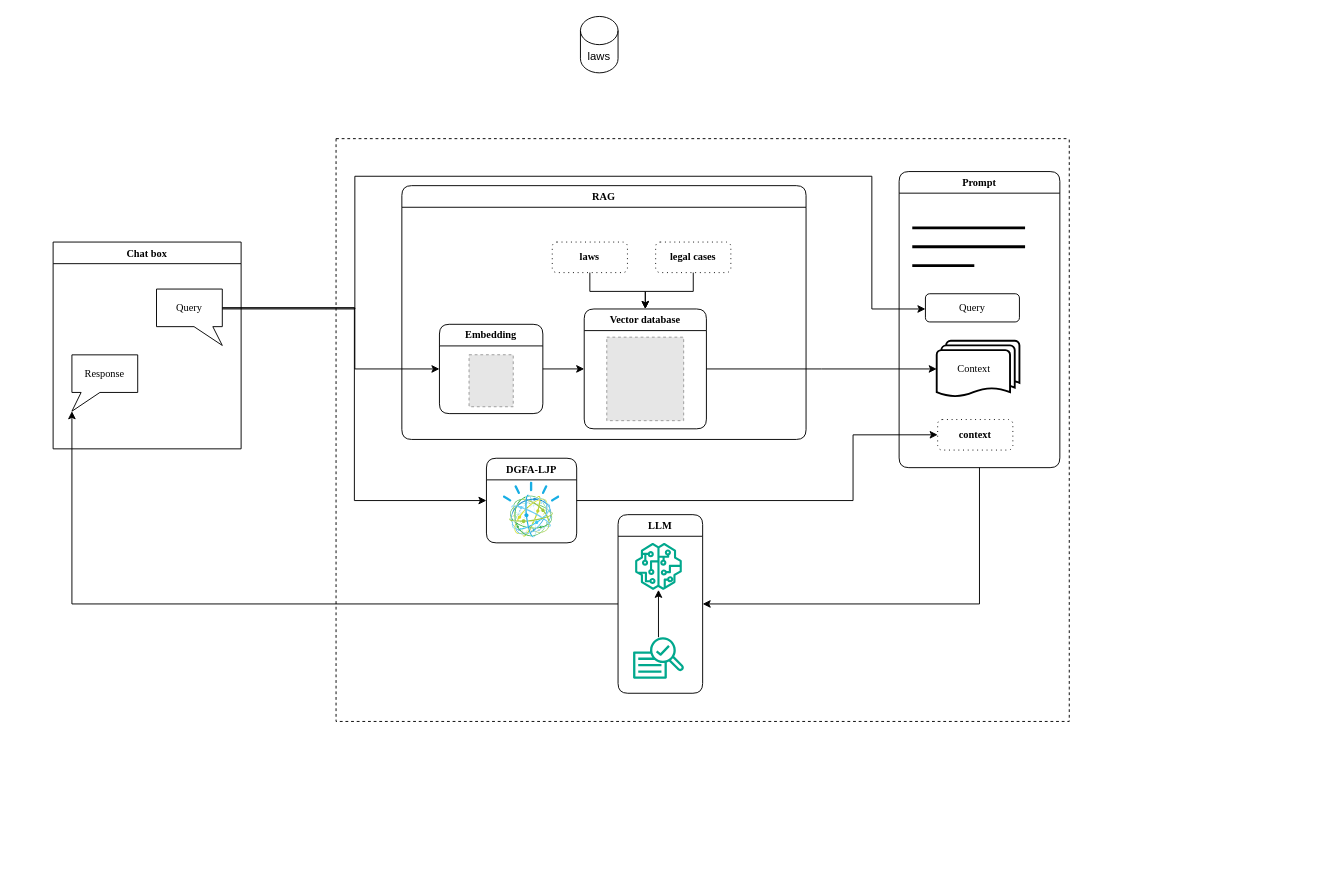
Above: 未命名绘图.drawio in ArThur-Te/2025-21408 (draw.io), before the change. Source tidied: cells renumbered, new cells numbered last; positions are measured from the earlier drawing's top-left corner, leaving out a move shared by most shapes. Both pictures are drawn from the tidied source at 94%, with x=0, y=0 at pixel (16, 16). Pictures stored in the file or linked from it are replaced by grey dashed boxes.
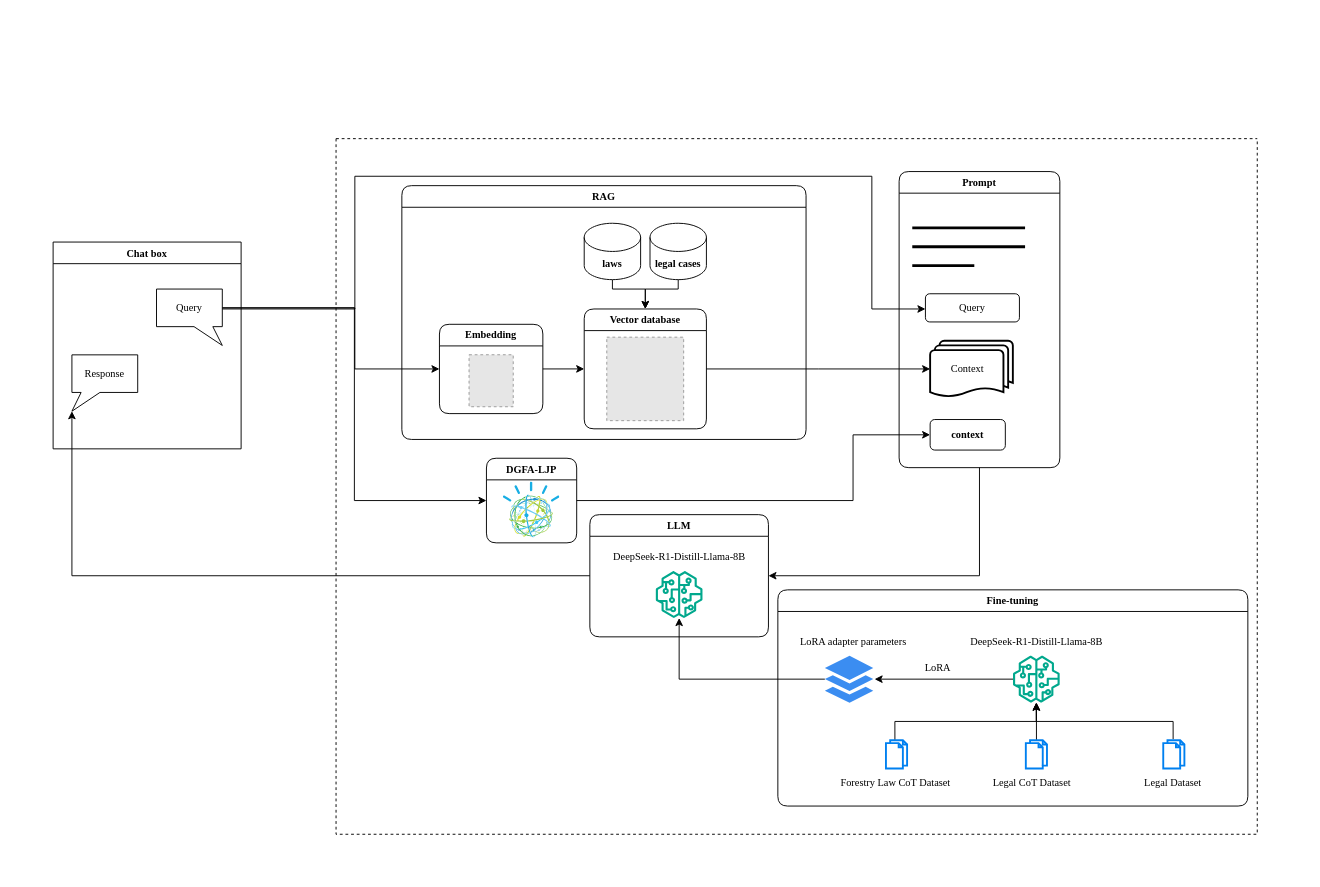
Above is the later version.

Commit message:
更新未命名绘图.drawio

Unchanged cells that the change refers to:
```xml
<mxCell id="3" value="Query" style="shape=callout;whiteSpace=wrap;html=1;perimeter=calloutPerimeter;size=20;position=0.57;position2=1;base=20;fontFamily=Times New Roman;fontSize=11;" parent="2" vertex="1">
  <mxGeometry x="110" y="50" width="70" height="60" as="geometry" />
</mxCell>
<mxCell id="11" value="Prompt" style="swimlane;whiteSpace=wrap;html=1;rounded=1;glass=0;fontFamily=Times New Roman;fontSize=11;" parent="5" vertex="1">
  <mxGeometry x="599" y="35" width="171" height="315" as="geometry" />
</mxCell>
<mxCell id="24" value="DGFA-LJP" style="swimlane;whiteSpace=wrap;html=1;rounded=1;glass=0;fontFamily=Times New Roman;fontSize=11;" parent="20" vertex="1">
  <mxGeometry x="500" y="380" width="96" height="90" as="geometry" />
</mxCell>
<mxCell id="26" value="RAG" style="swimlane;whiteSpace=wrap;html=1;rounded=1;glass=0;fontFamily=Times New Roman;fontSize=11;" parent="20" vertex="1">
  <mxGeometry x="410" y="90" width="430" height="270" as="geometry" />
</mxCell>
<mxCell id="29" value="Vector database" style="swimlane;whiteSpace=wrap;html=1;rounded=1;glass=0;fontFamily=Times New Roman;fontSize=11;" parent="26" vertex="1">
  <mxGeometry x="194" y="131.2" width="130" height="127.5" as="geometry" />
</mxCell>
```

The edit, as a diff of the source:
```diff
@@
     <mxCell id="5" style="swimlane;startSize=0;dashed=1;fontFamily=Times New Roman;fontSize=11;" parent="1" vertex="1">
-      <mxGeometry x="340" y="130" width="780" height="620" as="geometry" />
+      <mxGeometry x="340" y="130" width="980" height="740" as="geometry" />
     </mxCell>
     <mxCell id="6" value="LLM" style="swimlane;whiteSpace=wrap;html=1;rounded=1;glass=0;fontFamily=Times New Roman;fontSize=11;" parent="5" vertex="1">
-      <mxGeometry x="300" y="400" width="90" height="190" as="geometry" />
+      <mxGeometry x="270" y="400" width="190" height="130" as="geometry" />
     </mxCell>
-    <mxCell id="7" style="sketch=0;outlineConnect=0;fontColor=#232F3E;gradientColor=none;fillColor=#01A88D;strokeColor=none;dashed=0;verticalLabelPosition=bottom;verticalAlign=top;align=center;html=1;fontSize=11;fontStyle=0;shape=mxgraph.aws4.sagemaker_model;fontFamily=Times New Roman;" parent="6" vertex="1">
-      <mxGeometry x="18" y="30" width="50" height="50" as="geometry" />
-    </mxCell>
-    <mxCell id="8" style="edgeStyle=orthogonalEdgeStyle;rounded=0;jettySize=auto;html=1;fontFamily=Times New Roman;fontSize=11;" parent="6" edge="1" source="9" target="7">
-      <mxGeometry relative="1" as="geometry" />
-    </mxCell>
-    <mxCell id="9" style="sketch=0;outlineConnect=0;fontColor=#232F3E;gradientColor=none;fillColor=#01A88D;strokeColor=none;dashed=0;verticalLabelPosition=bottom;verticalAlign=top;align=center;html=1;fontSize=11;fontStyle=0;shape=mxgraph.aws4.sagemaker_train;fontFamily=Times New Roman;" parent="6" vertex="1">
-      <mxGeometry x="16" y="130" width="54" height="45" as="geometry" />
-    </mxCell>
@@
-    <mxCell id="12" value="Context&amp;nbsp; &amp;nbsp;" style="strokeWidth=2;html=1;shape=mxgraph.flowchart.multi-document;whiteSpace=wrap;fontFamily=Times New Roman;fontSize=11;" parent="11" vertex="1">
-      <mxGeometry x="40" y="180" width="88" height="60" as="geometry" />
-    </mxCell>
@@
     <mxCell id="20" style="swimlane;startSize=0;strokeWidth=0;strokeColor=none;fontFamily=Times New Roman;fontSize=11;" parent="1" vertex="1">
-      <mxGeometry y="90" width="1160" height="720" as="geometry" />
+      <mxGeometry y="90" width="1370" height="820" as="geometry" />
     </mxCell>
-    <mxCell id="21" value="legal cases" style="whiteSpace=wrap;html=1;fontStyle=1;startSize=23;rounded=1;glass=0;dashed=1;dashPattern=1 4;fontFamily=Times New Roman;fontSize=11;" parent="20" vertex="1">
-      <mxGeometry x="680" y="150" width="80" height="32.5" as="geometry" />
-    </mxCell>
-    <mxCell id="22" value="laws" style="whiteSpace=wrap;html=1;fontStyle=1;startSize=23;rounded=1;glass=0;dashed=1;dashPattern=1 4;fontFamily=Times New Roman;fontSize=11;" parent="20" vertex="1">
-      <mxGeometry x="570" y="150" width="80" height="32.5" as="geometry" />
-    </mxCell>
-    <mxCell id="23" style="edgeStyle=orthogonalEdgeStyle;rounded=0;jettySize=auto;html=1;exitX=1;exitY=0.5;exitDx=0;exitDy=0;entryX=0;entryY=0.5;entryDx=0;entryDy=0;" parent="20" edge="1" source="24" target="34">
+    <mxCell id="23" style="edgeStyle=orthogonalEdgeStyle;rounded=0;jettySize=auto;html=1;exitX=1;exitY=0.5;exitDx=0;exitDy=0;entryX=0;entryY=0.5;entryDx=0;entryDy=0;fontFamily=Times New Roman;fontSize=11;" parent="20" edge="1" source="24" target="34">
       <mxGeometry relative="1" as="geometry">
         <Array as="points">
           <mxPoint x="890" y="425" />
           <mxPoint x="890" y="355" />
         </Array>
       </mxGeometry>
     </mxCell>
@@
-    <mxCell id="32" style="edgeStyle=orthogonalEdgeStyle;rounded=0;jettySize=auto;html=1;entryX=0.5;entryY=0;entryDx=0;entryDy=0;fontFamily=Times New Roman;fontSize=11;" parent="20" edge="1" source="22" target="29">
-      <mxGeometry relative="1" as="geometry" />
-    </mxCell>
-    <mxCell id="33" style="edgeStyle=orthogonalEdgeStyle;rounded=0;jettySize=auto;html=1;entryX=0.5;entryY=0;entryDx=0;entryDy=0;fontFamily=Times New Roman;fontSize=11;" parent="20" edge="1" source="21" target="29">
-      <mxGeometry relative="1" as="geometry" />
+    <mxCell id="33" style="edgeStyle=orthogonalEdgeStyle;rounded=0;jettySize=auto;html=1;entryX=0.5;entryY=0;entryDx=0;entryDy=0;fontFamily=Times New Roman;fontSize=11;" parent="26" edge="1" source="21" target="29">
+      <mxGeometry relative="1" as="geometry">
+        <Array as="points">
+          <mxPoint x="294" y="110" />
+          <mxPoint x="259" y="110" />
+        </Array>
+      </mxGeometry>
     </mxCell>
+    <mxCell id="21" value="&lt;span style=&quot;font-weight: 700;&quot;&gt;legal cases&lt;/span&gt;" style="shape=cylinder3;whiteSpace=wrap;html=1;boundedLbl=1;backgroundOutline=1;size=15;fontFamily=Times New Roman;fontSize=11;" parent="26" vertex="1">
+      <mxGeometry x="264" y="40" width="60" height="60" as="geometry" />
+    </mxCell>
+    <mxCell id="38" style="edgeStyle=orthogonalEdgeStyle;rounded=0;jettySize=auto;html=1;entryX=0.5;entryY=0;entryDx=0;entryDy=0;fontFamily=Times New Roman;fontSize=11;" parent="26" edge="1" source="39" target="29">
+      <mxGeometry relative="1" as="geometry">
+        <Array as="points">
+          <mxPoint x="224" y="110" />
+          <mxPoint x="259" y="110" />
+        </Array>
+      </mxGeometry>
+    </mxCell>
+    <mxCell id="39" value="&lt;font&gt;&lt;span&gt;&lt;b&gt;laws&lt;/b&gt;&lt;/span&gt;&lt;/font&gt;" style="shape=cylinder3;whiteSpace=wrap;html=1;boundedLbl=1;backgroundOutline=1;size=15;fontFamily=Times New Roman;fontSize=11;" parent="26" vertex="1">
+      <mxGeometry x="194" y="40" width="60" height="60" as="geometry" />
+    </mxCell>
-    <mxCell id="34" value="context" style="whiteSpace=wrap;html=1;fontStyle=1;startSize=23;rounded=1;glass=0;dashed=1;dashPattern=1 4;fontFamily=Times New Roman;fontSize=11;" parent="20" vertex="1">
-      <mxGeometry x="980" y="338.8" width="80" height="32.5" as="geometry" />
+    <mxCell id="34" value="context" style="whiteSpace=wrap;html=1;fontStyle=1;startSize=23;rounded=1;glass=0;fontFamily=Times New Roman;fontSize=11;" parent="20" vertex="1">
+      <mxGeometry x="972" y="338.8" width="80" height="32.5" as="geometry" />
     </mxCell>
+    <mxCell id="40" value="Fine-tuning" style="swimlane;whiteSpace=wrap;html=1;rounded=1;glass=0;fontFamily=Times New Roman;fontSize=11;" parent="20" vertex="1">
+      <mxGeometry x="810" y="520" width="500" height="230" as="geometry" />
+    </mxCell>
+    <mxCell id="41" style="sketch=0;outlineConnect=0;fontColor=#232F3E;gradientColor=none;fillColor=#01A88D;strokeColor=none;dashed=0;verticalLabelPosition=bottom;verticalAlign=top;align=center;html=1;fontSize=11;fontStyle=0;shape=mxgraph.aws4.sagemaker_model;fontFamily=Times New Roman;" parent="40" vertex="1">
+      <mxGeometry x="250" y="70" width="50" height="50" as="geometry" />
+    </mxCell>
+    <mxCell id="42" style="sketch=0;html=1;strokeColor=none;shadow=0;fillColor=#3B8DF1;verticalAlign=top;labelPosition=center;verticalLabelPosition=bottom;shape=mxgraph.gcp2.files;fontFamily=Times New Roman;fontSize=11;" parent="40" vertex="1">
+      <mxGeometry x="50" y="70" width="51.5" height="50" as="geometry" />
+    </mxCell>
+    <mxCell id="43" style="edgeStyle=orthogonalEdgeStyle;rounded=0;jettySize=auto;html=1;entryX=1.028;entryY=0.5;entryDx=0;entryDy=0;entryPerimeter=0;fontFamily=Times New Roman;fontSize=11;" parent="40" edge="1" source="41" target="42">
+      <mxGeometry relative="1" as="geometry" />
+    </mxCell>
+    <mxCell id="44" value="LoRA adapter parameters" style="text;html=1;align=center;verticalAlign=middle;strokeColor=none;fillColor=none;fontFamily=Times New Roman;fontSize=11;" parent="40" vertex="1">
+      <mxGeometry x="10" y="40" width="140" height="30" as="geometry" />
+    </mxCell>
+    <mxCell id="45" value="DeepSeek-R1-Distill-Llama-8B" style="text;html=1;align=center;verticalAlign=middle;strokeColor=none;fillColor=none;fontFamily=Times New Roman;fontSize=11;" parent="40" vertex="1">
+      <mxGeometry x="195" y="40" width="160" height="30" as="geometry" />
+    </mxCell>
+    <mxCell id="46" style="edgeStyle=orthogonalEdgeStyle;rounded=0;jettySize=auto;html=1;exitX=0.424;exitY=0.016;exitDx=0;exitDy=0;exitPerimeter=0;fontFamily=Times New Roman;fontSize=11;" parent="40" edge="1" source="47" target="41">
+      <mxGeometry relative="1" as="geometry" />
+    </mxCell>
+    <mxCell id="47" style="html=1;verticalLabelPosition=bottom;align=center;labelBackgroundColor=#ffffff;verticalAlign=top;strokeWidth=2;strokeColor=#0080F0;shadow=0;dashed=0;shape=mxgraph.ios7.icons.documents;fontFamily=Times New Roman;fontSize=11;" parent="40" vertex="1">
+      <mxGeometry x="115" y="160" width="22.5" height="30" as="geometry" />
+    </mxCell>
+    <mxCell id="48" value="Forestry Law CoT Dataset" style="text;html=1;align=center;verticalAlign=middle;strokeColor=none;fillColor=none;fontFamily=Times New Roman;fontSize=11;" parent="40" vertex="1">
+      <mxGeometry x="55" y="190" width="140" height="30" as="geometry" />
+    </mxCell>
+    <mxCell id="49" style="edgeStyle=orthogonalEdgeStyle;rounded=0;jettySize=auto;html=1;fontFamily=Times New Roman;fontSize=11;" parent="40" edge="1" source="50" target="41">
+      <mxGeometry relative="1" as="geometry" />
+    </mxCell>
+    <mxCell id="50" style="html=1;verticalLabelPosition=bottom;align=center;labelBackgroundColor=#ffffff;verticalAlign=top;strokeWidth=2;strokeColor=#0080F0;shadow=0;dashed=0;shape=mxgraph.ios7.icons.documents;fontFamily=Times New Roman;fontSize=11;" parent="40" vertex="1">
+      <mxGeometry x="263.8" y="160" width="22.5" height="30" as="geometry" />
+    </mxCell>
+    <mxCell id="51" value="Legal CoT Dataset" style="text;html=1;align=center;verticalAlign=middle;strokeColor=none;fillColor=none;fontFamily=Times New Roman;fontSize=11;" parent="40" vertex="1">
+      <mxGeometry x="215" y="190" width="110" height="30" as="geometry" />
+    </mxCell>
+    <mxCell id="52" style="edgeStyle=orthogonalEdgeStyle;rounded=0;jettySize=auto;html=1;exitX=0.467;exitY=-0.033;exitDx=0;exitDy=0;exitPerimeter=0;fontFamily=Times New Roman;fontSize=11;" parent="40" edge="1" source="53" target="41">
+      <mxGeometry relative="1" as="geometry" />
+    </mxCell>
+    <mxCell id="53" style="html=1;verticalLabelPosition=bottom;align=center;labelBackgroundColor=#ffffff;verticalAlign=top;strokeWidth=2;strokeColor=#0080F0;shadow=0;dashed=0;shape=mxgraph.ios7.icons.documents;fontFamily=Times New Roman;fontSize=11;" parent="40" vertex="1">
+      <mxGeometry x="410" y="160" width="22.5" height="30" as="geometry" />
+    </mxCell>
+    <mxCell id="54" value="Legal Dataset" style="text;html=1;align=center;verticalAlign=middle;strokeColor=none;fillColor=none;fontFamily=Times New Roman;fontSize=11;" parent="40" vertex="1">
+      <mxGeometry x="380" y="190" width="80" height="30" as="geometry" />
+    </mxCell>
+    <mxCell id="7" style="sketch=0;outlineConnect=0;fontColor=#232F3E;gradientColor=none;fillColor=#01A88D;strokeColor=none;dashed=0;verticalLabelPosition=bottom;verticalAlign=top;align=center;html=1;fontSize=11;fontStyle=0;shape=mxgraph.aws4.sagemaker_model;fontFamily=Times New Roman;" parent="20" vertex="1">
+      <mxGeometry x="680" y="500" width="50" height="50" as="geometry" />
+    </mxCell>
+    <mxCell id="55" style="edgeStyle=orthogonalEdgeStyle;rounded=0;jettySize=auto;html=1;fontFamily=Times New Roman;fontSize=11;" parent="20" edge="1" source="42" target="7">
+      <mxGeometry relative="1" as="geometry" />
+    </mxCell>
+    <mxCell id="56" value="DeepSeek-R1-Distill-Llama-8B" style="text;html=1;align=center;verticalAlign=middle;strokeColor=none;fillColor=none;fontFamily=Times New Roman;fontSize=11;" parent="20" vertex="1">
+      <mxGeometry x="625" y="470" width="160" height="30" as="geometry" />
+    </mxCell>
+    <mxCell id="12" value="Context&amp;nbsp; &amp;nbsp;" style="strokeWidth=2;html=1;shape=mxgraph.flowchart.multi-document;whiteSpace=wrap;fontFamily=Times New Roman;fontSize=11;" parent="20" vertex="1">
+      <mxGeometry x="972" y="255" width="88" height="60" as="geometry" />
+    </mxCell>
-    <mxCell id="35" style="edgeStyle=orthogonalEdgeStyle;rounded=0;jettySize=auto;html=1;entryX=0;entryY=0.5;entryDx=0;entryDy=0;entryPerimeter=0;fontFamily=Times New Roman;fontSize=11;" parent="1" edge="1" source="29" target="12">
+    <mxCell id="35" style="edgeStyle=orthogonalEdgeStyle;rounded=0;jettySize=auto;html=1;entryX=0;entryY=0.5;entryDx=0;entryDy=0;entryPerimeter=0;fontFamily=Times New Roman;fontSize=11;" parent="20" edge="1" source="29" target="12">
       <mxGeometry relative="1" as="geometry" />
     </mxCell>
-    <mxCell id="36" style="edgeStyle=orthogonalEdgeStyle;rounded=0;jettySize=auto;html=1;exitX=0;exitY=0;exitDx=70;exitDy=20;exitPerimeter=0;entryX=0;entryY=0.5;entryDx=0;entryDy=0;" parent="1" edge="1" source="3" target="24">
+    <mxCell id="36" style="edgeStyle=orthogonalEdgeStyle;rounded=0;jettySize=auto;html=1;exitX=0;exitY=0;exitDx=70;exitDy=20;exitPerimeter=0;entryX=0;entryY=0.5;entryDx=0;entryDy=0;fontFamily=Times New Roman;fontSize=11;" parent="1" edge="1" source="3" target="24">
       <mxGeometry relative="1" as="geometry" />
     </mxCell>
-    <mxCell id="37" value="laws" style="shape=cylinder3;whiteSpace=wrap;html=1;boundedLbl=1;backgroundOutline=1;size=15;" parent="1" vertex="1">
-      <mxGeometry x="600" width="40" height="60" as="geometry" />
-    </mxCell>
+    <mxCell id="57" value="LoRA" style="text;html=1;align=center;verticalAlign=middle;strokeColor=none;fillColor=none;fontFamily=Times New Roman;fontSize=11;" parent="1" vertex="1">
+      <mxGeometry x="955" y="678" width="50" height="30" as="geometry" />
+    </mxCell>
```
